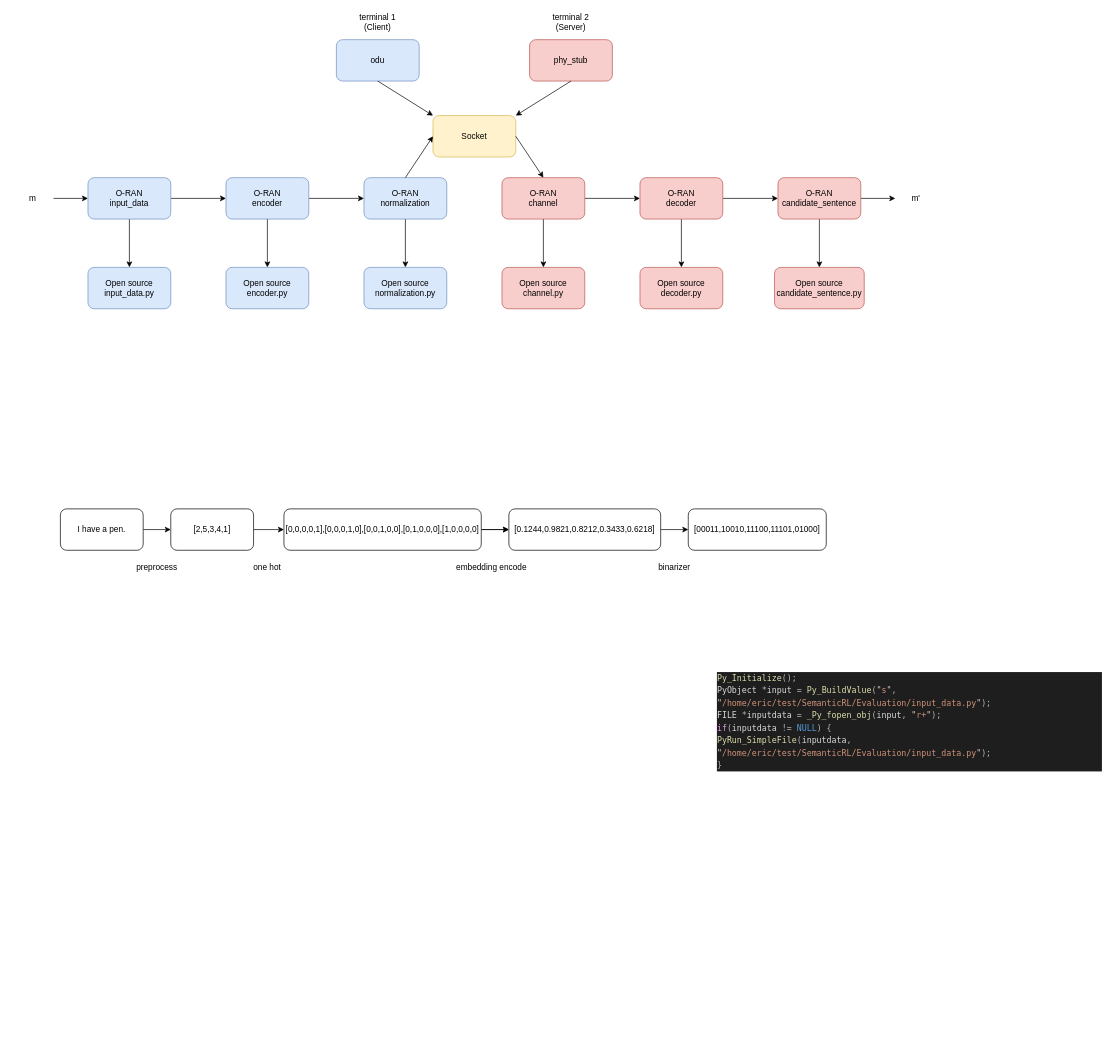
Above: page "Page-4" (4 of 4) of Copy of test.drawio in eric693/Practice (draw.io), before the change. Source tidied: cells renumbered, new cells numbered last; positions are measured from the earlier drawing's top-left corner, leaving out a move shared by most shapes. Both pictures are drawn from the tidied source at 69%, with x=0, y=0 at pixel (12, 12).
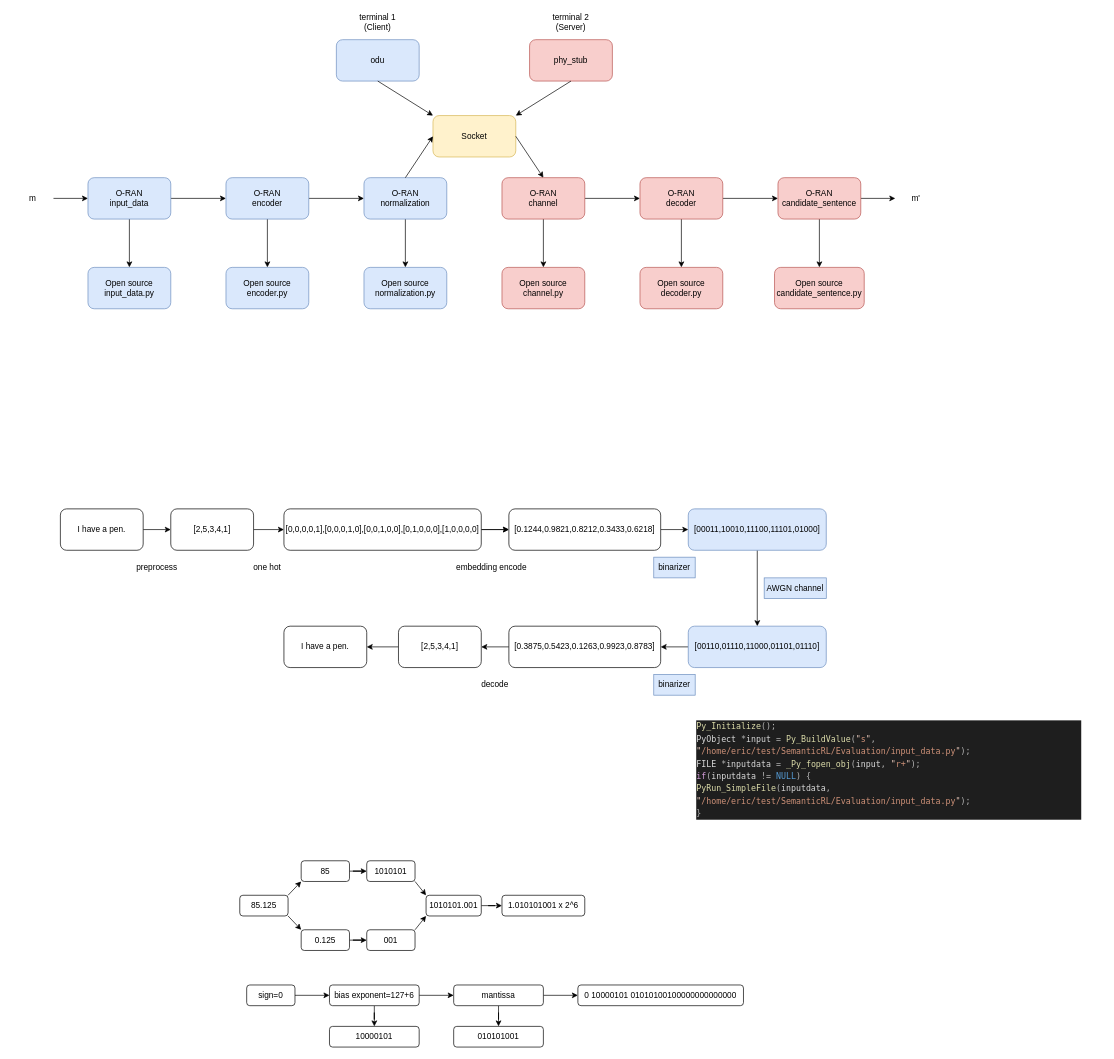
The same page after the edit.

What changed in the source:
```diff
@@
+    <mxCell id="52" style="edgeStyle=orthogonalEdgeStyle;rounded=0;jettySize=auto;html=1;" parent="1" edge="1" source="44" target="54">
+      <mxGeometry relative="1" as="geometry" />
+    </mxCell>
-    <mxCell id="44" value="[00011,10010,11100,11101,01000]" style="rounded=1;whiteSpace=wrap;html=1;" parent="1" vertex="1">
+    <mxCell id="44" value="[00011,10010,11100,11101,01000]" style="rounded=1;whiteSpace=wrap;html=1;fillColor=#dae8fc;strokeColor=#6c8ebf;" parent="1" vertex="1">
       <mxGeometry x="980" y="720" width="200" height="60" as="geometry" />
     </mxCell>
     <mxCell id="45" value="&lt;div style=&quot;color: rgb(218, 218, 218); background-color: rgb(30, 30, 30); font-family: Menlo, Monaco, &amp;quot;Courier New&amp;quot;, monospace; font-weight: normal; font-size: 12px; line-height: 18px;&quot;&gt;&lt;div&gt;&lt;span style=&quot;color: #dcdcaa;&quot;&gt;Py_Initialize&lt;/span&gt;&lt;span style=&quot;color: #b4b4b4;&quot;&gt;();&lt;/span&gt;&lt;/div&gt;&lt;div&gt;&lt;span style=&quot;color: #dadada;&quot;&gt;      PyObject &lt;/span&gt;&lt;span style=&quot;color: #b4b4b4;&quot;&gt;*&lt;/span&gt;&lt;span style=&quot;color: #dadada;&quot;&gt;input &lt;/span&gt;&lt;span style=&quot;color: #b4b4b4;&quot;&gt;=&lt;/span&gt;&lt;span style=&quot;color: #dadada;&quot;&gt; &lt;/span&gt;&lt;span style=&quot;color: #dcdcaa;&quot;&gt;Py_BuildValue&lt;/span&gt;&lt;span style=&quot;color: #b4b4b4;&quot;&gt;(&lt;/span&gt;&lt;span style=&quot;color: #e8c9bb;&quot;&gt;&quot;&lt;/span&gt;&lt;span style=&quot;color: #ce9178;&quot;&gt;s&lt;/span&gt;&lt;span style=&quot;color: #e8c9bb;&quot;&gt;&quot;&lt;/span&gt;&lt;span style=&quot;color: #b4b4b4;&quot;&gt;,&lt;/span&gt;&lt;span style=&quot;color: #dadada;&quot;&gt; &lt;/span&gt;&lt;span style=&quot;color: #e8c9bb;&quot;&gt;&quot;&lt;/span&gt;&lt;span style=&quot;color: #ce9178;&quot;&gt;/home/eric/test/SemanticRL/Evaluation/input_data.py&lt;/span&gt;&lt;span style=&quot;color: #e8c9bb;&quot;&gt;&quot;&lt;/span&gt;&lt;span style=&quot;color: #b4b4b4;&quot;&gt;);&lt;/span&gt;&lt;/div&gt;&lt;div&gt;&lt;span style=&quot;color: #dadada;&quot;&gt;      FILE &lt;/span&gt;&lt;span style=&quot;color: #b4b4b4;&quot;&gt;*&lt;/span&gt;&lt;span style=&quot;color: #dadada;&quot;&gt;inputdata &lt;/span&gt;&lt;span style=&quot;color: #b4b4b4;&quot;&gt;=&lt;/span&gt;&lt;span style=&quot;color: #dadada;&quot;&gt; &lt;/span&gt;&lt;span style=&quot;color: #dcdcaa;&quot;&gt;_Py_fopen_obj&lt;/span&gt;&lt;span style=&quot;color: #b4b4b4;&quot;&gt;(&lt;/span&gt;&lt;span style=&quot;color: #dadada;&quot;&gt;input&lt;/span&gt;&lt;span style=&quot;color: #b4b4b4;&quot;&gt;,&lt;/span&gt;&lt;span style=&quot;color: #dadada;&quot;&gt; &lt;/span&gt;&lt;span style=&quot;color: #e8c9bb;&quot;&gt;&quot;&lt;/span&gt;&lt;span style=&quot;color: #ce9178;&quot;&gt;r+&lt;/span&gt;&lt;span style=&quot;color: #e8c9bb;&quot;&gt;&quot;&lt;/span&gt;&lt;span style=&quot;color: #b4b4b4;&quot;&gt;);&lt;/span&gt;&lt;/div&gt;&lt;div&gt;&lt;span style=&quot;color: #dadada;&quot;&gt;      &lt;/span&gt;&lt;span style=&quot;color: #d8a0df;&quot;&gt;if&lt;/span&gt;&lt;span style=&quot;color: #b4b4b4;&quot;&gt;(&lt;/span&gt;&lt;span style=&quot;color: #dadada;&quot;&gt;inputdata &lt;/span&gt;&lt;span style=&quot;color: #b4b4b4;&quot;&gt;!=&lt;/span&gt;&lt;span style=&quot;color: #dadada;&quot;&gt; &lt;/span&gt;&lt;span style=&quot;color: #569cd6;&quot;&gt;NULL&lt;/span&gt;&lt;span style=&quot;color: #b4b4b4;&quot;&gt;)&lt;/span&gt;&lt;span style=&quot;color: #dadada;&quot;&gt; &lt;/span&gt;&lt;span style=&quot;color: #b4b4b4;&quot;&gt;{&lt;/span&gt;&lt;/div&gt;&lt;div&gt;&lt;span style=&quot;color: #dadada;&quot;&gt;      &lt;/span&gt;&lt;span style=&quot;color: #dcdcaa;&quot;&gt;PyRun_SimpleFile&lt;/span&gt;&lt;span style=&quot;color: #b4b4b4;&quot;&gt;(&lt;/span&gt;&lt;span style=&quot;color: #dadada;&quot;&gt;inputdata&lt;/span&gt;&lt;span style=&quot;color: #b4b4b4;&quot;&gt;,&lt;/span&gt;&lt;span style=&quot;color: #dadada;&quot;&gt; &lt;/span&gt;&lt;span style=&quot;color: #e8c9bb;&quot;&gt;&quot;&lt;/span&gt;&lt;span style=&quot;color: #ce9178;&quot;&gt;/home/eric/test/SemanticRL/Evaluation/input_data.py&lt;/span&gt;&lt;span style=&quot;color: #e8c9bb;&quot;&gt;&quot;&lt;/span&gt;&lt;span style=&quot;color: #b4b4b4;&quot;&gt;);&lt;/span&gt;&lt;/div&gt;&lt;div&gt;&lt;span style=&quot;color: #dadada;&quot;&gt;      &lt;/span&gt;&lt;span style=&quot;color: #b4b4b4;&quot;&gt;}&lt;/span&gt;&lt;/div&gt;&lt;/div&gt;" style="text;whiteSpace=wrap;html=1;" parent="1" vertex="1">
-      <mxGeometry x="1020" y="950" width="560" height="170" as="geometry" />
+      <mxGeometry x="990" y="1020" width="560" height="170" as="geometry" />
     </mxCell>
@@
-    <mxCell id="51" value="binarizer" style="text;html=1;strokeColor=none;fillColor=none;align=center;verticalAlign=middle;whiteSpace=wrap;rounded=0;" parent="1" vertex="1">
+    <mxCell id="51" value="binarizer" style="text;html=1;strokeColor=#6c8ebf;fillColor=#dae8fc;align=center;verticalAlign=middle;whiteSpace=wrap;rounded=0;" parent="1" vertex="1">
       <mxGeometry x="930" y="790" width="60" height="30" as="geometry" />
     </mxCell>
+    <mxCell id="53" style="edgeStyle=orthogonalEdgeStyle;rounded=0;jettySize=auto;html=1;" parent="1" edge="1" source="54" target="57">
+      <mxGeometry relative="1" as="geometry" />
+    </mxCell>
+    <mxCell id="54" value="[00110,01110,11000,01101,01110]" style="rounded=1;whiteSpace=wrap;html=1;fillColor=#dae8fc;strokeColor=#6c8ebf;" parent="1" vertex="1">
+      <mxGeometry x="980" y="890" width="200" height="60" as="geometry" />
+    </mxCell>
+    <mxCell id="55" value="AWGN channel" style="text;html=1;strokeColor=#6c8ebf;fillColor=#dae8fc;align=center;verticalAlign=middle;whiteSpace=wrap;rounded=0;" parent="1" vertex="1">
+      <mxGeometry x="1090" y="820" width="90" height="30" as="geometry" />
+    </mxCell>
+    <mxCell id="56" style="edgeStyle=orthogonalEdgeStyle;rounded=0;jettySize=auto;html=1;" parent="1" edge="1" source="57" target="60">
+      <mxGeometry relative="1" as="geometry" />
+    </mxCell>
+    <mxCell id="57" value="[0.3875,0.5423,0.1263,0.9923,0.8783]" style="rounded=1;whiteSpace=wrap;html=1;" parent="1" vertex="1">
+      <mxGeometry x="720" y="890" width="220" height="60" as="geometry" />
+    </mxCell>
+    <mxCell id="58" value="binarizer" style="text;html=1;strokeColor=#6c8ebf;fillColor=#dae8fc;align=center;verticalAlign=middle;whiteSpace=wrap;rounded=0;" parent="1" vertex="1">
+      <mxGeometry x="930" y="960" width="60" height="30" as="geometry" />
+    </mxCell>
+    <mxCell id="59" style="edgeStyle=orthogonalEdgeStyle;rounded=0;jettySize=auto;html=1;" parent="1" edge="1" source="60" target="61">
+      <mxGeometry relative="1" as="geometry" />
+    </mxCell>
+    <mxCell id="60" value="[2,5,3,4,1]" style="rounded=1;whiteSpace=wrap;html=1;" parent="1" vertex="1">
+      <mxGeometry x="560" y="890" width="120" height="60" as="geometry" />
+    </mxCell>
+    <mxCell id="61" value="I have a pen." style="rounded=1;whiteSpace=wrap;html=1;" parent="1" vertex="1">
+      <mxGeometry x="394" y="890" width="120" height="60" as="geometry" />
+    </mxCell>
+    <mxCell id="62" value="decode" style="text;html=1;strokeColor=none;fillColor=none;align=center;verticalAlign=middle;whiteSpace=wrap;rounded=0;" parent="1" vertex="1">
+      <mxGeometry x="670" y="960" width="60" height="30" as="geometry" />
+    </mxCell>
+    <mxCell id="63" value="85.125" style="rounded=1;whiteSpace=wrap;html=1;" parent="1" vertex="1">
+      <mxGeometry x="330" y="1280" width="70" height="30" as="geometry" />
+    </mxCell>
+    <mxCell id="64" style="edgeStyle=orthogonalEdgeStyle;rounded=0;jettySize=auto;html=1;" parent="1" edge="1" source="65" target="70">
+      <mxGeometry relative="1" as="geometry" />
+    </mxCell>
+    <mxCell id="65" value="85" style="rounded=1;whiteSpace=wrap;html=1;" parent="1" vertex="1">
+      <mxGeometry x="419" y="1230" width="70" height="30" as="geometry" />
+    </mxCell>
+    <mxCell id="66" style="edgeStyle=orthogonalEdgeStyle;rounded=0;jettySize=auto;html=1;" parent="1" edge="1" source="67" target="71">
+      <mxGeometry relative="1" as="geometry" />
+    </mxCell>
+    <mxCell id="67" value="0.125" style="rounded=1;whiteSpace=wrap;html=1;" parent="1" vertex="1">
+      <mxGeometry x="419" y="1330" width="70" height="30" as="geometry" />
+    </mxCell>
+    <mxCell id="68" style="endArrow=classic;html=1;rounded=0;entryX=0;entryY=0;entryDx=0;entryDy=0;exitX=1;exitY=1;exitDx=0;exitDy=0;" parent="1" edge="1" source="63" target="67">
+      <mxGeometry relative="1" as="geometry" />
+    </mxCell>
+    <mxCell id="69" style="endArrow=classic;html=1;rounded=0;entryX=0;entryY=1;entryDx=0;entryDy=0;exitX=1;exitY=0;exitDx=0;exitDy=0;" parent="1" edge="1" source="63" target="65">
+      <mxGeometry relative="1" as="geometry" />
+    </mxCell>
+    <mxCell id="70" value="1010101" style="rounded=1;whiteSpace=wrap;html=1;" parent="1" vertex="1">
+      <mxGeometry x="514" y="1230" width="70" height="30" as="geometry" />
+    </mxCell>
+    <mxCell id="71" value="001" style="rounded=1;whiteSpace=wrap;html=1;" parent="1" vertex="1">
+      <mxGeometry x="514" y="1330" width="70" height="30" as="geometry" />
+    </mxCell>
+    <mxCell id="72" style="edgeStyle=orthogonalEdgeStyle;rounded=0;jettySize=auto;html=1;" parent="1" edge="1" source="73" target="76">
+      <mxGeometry relative="1" as="geometry" />
+    </mxCell>
+    <mxCell id="73" value="1010101.001" style="rounded=1;whiteSpace=wrap;html=1;" parent="1" vertex="1">
+      <mxGeometry x="600" y="1280" width="80" height="30" as="geometry" />
+    </mxCell>
+    <mxCell id="74" style="endArrow=classic;html=1;rounded=0;exitX=1;exitY=1;exitDx=0;exitDy=0;entryX=0;entryY=0;entryDx=0;entryDy=0;" parent="1" edge="1" source="70" target="73">
+      <mxGeometry relative="1" as="geometry" />
+    </mxCell>
+    <mxCell id="75" style="endArrow=classic;html=1;rounded=0;entryX=0;entryY=1;entryDx=0;entryDy=0;exitX=1;exitY=0;exitDx=0;exitDy=0;" parent="1" edge="1" source="71" target="73">
+      <mxGeometry relative="1" as="geometry" />
+    </mxCell>
+    <mxCell id="76" value="1.010101001 x 2^6" style="rounded=1;whiteSpace=wrap;html=1;" parent="1" vertex="1">
+      <mxGeometry x="710" y="1280" width="120" height="30" as="geometry" />
+    </mxCell>
+    <mxCell id="77" style="edgeStyle=orthogonalEdgeStyle;rounded=0;jettySize=auto;html=1;" parent="1" edge="1" source="78" target="81">
+      <mxGeometry relative="1" as="geometry" />
+    </mxCell>
+    <mxCell id="78" value="sign=0" style="rounded=1;whiteSpace=wrap;html=1;" parent="1" vertex="1">
+      <mxGeometry x="340" y="1410" width="70" height="30" as="geometry" />
+    </mxCell>
+    <mxCell id="79" style="edgeStyle=orthogonalEdgeStyle;rounded=0;jettySize=auto;html=1;" parent="1" edge="1" source="81" target="84">
+      <mxGeometry relative="1" as="geometry" />
+    </mxCell>
+    <mxCell id="80" style="edgeStyle=orthogonalEdgeStyle;rounded=0;jettySize=auto;html=1;" parent="1" edge="1" source="81" target="85">
+      <mxGeometry relative="1" as="geometry" />
+    </mxCell>
+    <mxCell id="81" value="bias exponent=127+6" style="rounded=1;whiteSpace=wrap;html=1;" parent="1" vertex="1">
+      <mxGeometry x="460" y="1410" width="130" height="30" as="geometry" />
+    </mxCell>
+    <mxCell id="82" style="edgeStyle=orthogonalEdgeStyle;rounded=0;jettySize=auto;html=1;" parent="1" edge="1" source="84" target="86">
+      <mxGeometry relative="1" as="geometry" />
+    </mxCell>
+    <mxCell id="83" style="edgeStyle=orthogonalEdgeStyle;rounded=0;jettySize=auto;html=1;" parent="1" edge="1" source="84" target="87">
+      <mxGeometry relative="1" as="geometry" />
+    </mxCell>
+    <mxCell id="84" value="mantissa" style="rounded=1;whiteSpace=wrap;html=1;" parent="1" vertex="1">
+      <mxGeometry x="640" y="1410" width="130" height="30" as="geometry" />
+    </mxCell>
+    <mxCell id="85" value="10000101" style="rounded=1;whiteSpace=wrap;html=1;" parent="1" vertex="1">
+      <mxGeometry x="460" y="1470" width="130" height="30" as="geometry" />
+    </mxCell>
+    <mxCell id="86" value="010101001" style="rounded=1;whiteSpace=wrap;html=1;" parent="1" vertex="1">
+      <mxGeometry x="640" y="1470" width="130" height="30" as="geometry" />
+    </mxCell>
+    <mxCell id="87" value="0 10000101 01010100100000000000000" style="rounded=1;whiteSpace=wrap;html=1;" parent="1" vertex="1">
+      <mxGeometry x="820" y="1410" width="240" height="30" as="geometry" />
+    </mxCell>
```
